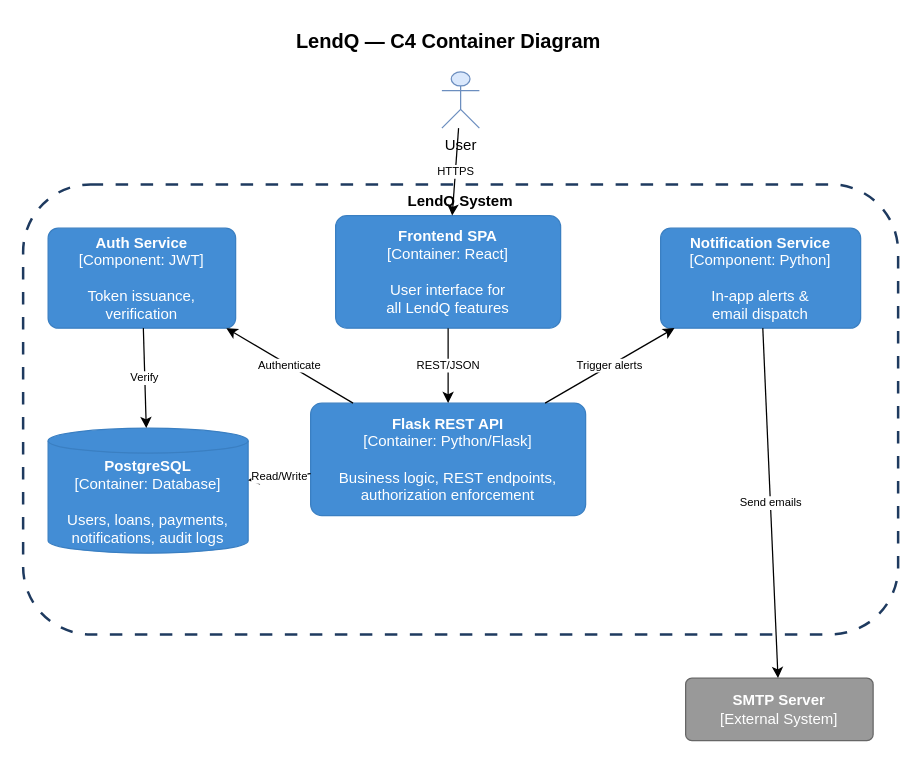
Before: docs/detailed-designs/diagrams/drawio/c4_container.drawio in QuinntyneBrown/LendQ, a draw.io diagram. Source tidied: cells renumbered, new cells numbered last; positions are measured from the earlier drawing's top-left corner, leaving out a move shared by most shapes. Both pictures are drawn from the tidied source at 125%, with x=0, y=0 at pixel (22, 21).
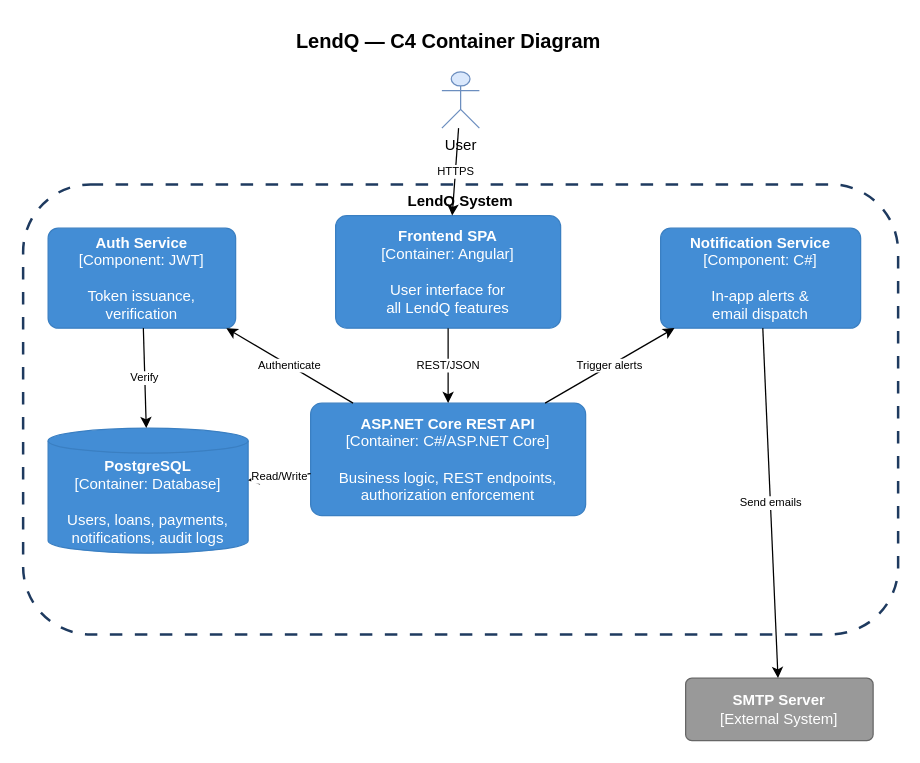
After the change.

What changed in the source:
```diff
@@
 <mxGraphModel>
   <root>
     <mxCell id="0" />
     <mxCell id="1" parent="0" />
     <mxCell id="2" value="LendQ — C4 Container Diagram" style="text;html=1;align=center;verticalAlign=middle;strokeColor=none;fillColor=none;fontSize=16;fontStyle=1;" parent="1" vertex="1">
       <mxGeometry x="180" width="320" height="30" as="geometry" />
     </mxCell>
     <mxCell id="3" value="User" style="shape=umlActor;verticalLabelPosition=bottom;verticalAlign=top;html=1;outlineConnect=0;fillColor=#dae8fc;strokeColor=#6c8ebf;" parent="1" vertex="1">
       <mxGeometry x="335" y="40" width="30" height="45" as="geometry" />
     </mxCell>
     <mxCell id="4" value="LendQ System" style="rounded=1;whiteSpace=wrap;html=1;fillColor=none;strokeColor=#1e3a5f;dashed=1;dashPattern=5 5;verticalAlign=top;fontStyle=1;fontSize=12;strokeWidth=2;" parent="1" vertex="1">
       <mxGeometry y="130" width="700" height="360" as="geometry" />
     </mxCell>
-    <mxCell id="5" value="&lt;b&gt;Frontend SPA&lt;/b&gt;&lt;br&gt;[Container: React]&lt;br&gt;&lt;br&gt;User interface for&lt;br&gt;all LendQ features" style="rounded=1;whiteSpace=wrap;html=1;fillColor=#438DD5;fontColor=#ffffff;strokeColor=#3a7fc2;arcSize=10;" parent="1" vertex="1">
+    <mxCell id="5" value="&lt;b&gt;Frontend SPA&lt;/b&gt;&lt;br&gt;[Container: Angular]&lt;br&gt;&lt;br&gt;User interface for&lt;br&gt;all LendQ features" style="rounded=1;whiteSpace=wrap;html=1;fillColor=#438DD5;fontColor=#ffffff;strokeColor=#3a7fc2;arcSize=10;" parent="1" vertex="1">
       <mxGeometry x="250" y="155" width="180" height="90" as="geometry" />
     </mxCell>
-    <mxCell id="6" value="&lt;b&gt;Flask REST API&lt;/b&gt;&lt;br&gt;[Container: Python/Flask]&lt;br&gt;&lt;br&gt;Business logic, REST endpoints,&lt;br&gt;authorization enforcement" style="rounded=1;whiteSpace=wrap;html=1;fillColor=#438DD5;fontColor=#ffffff;strokeColor=#3a7fc2;arcSize=10;" parent="1" vertex="1">
+    <mxCell id="6" value="&lt;b&gt;ASP.NET Core REST API&lt;/b&gt;&lt;br&gt;[Container: C#/ASP.NET Core]&lt;br&gt;&lt;br&gt;Business logic, REST endpoints,&lt;br&gt;authorization enforcement" style="rounded=1;whiteSpace=wrap;html=1;fillColor=#438DD5;fontColor=#ffffff;strokeColor=#3a7fc2;arcSize=10;" parent="1" vertex="1">
       <mxGeometry x="230" y="305" width="220" height="90" as="geometry" />
     </mxCell>
     <mxCell id="7" value="&lt;b&gt;Auth Service&lt;/b&gt;&lt;br&gt;[Component: JWT]&lt;br&gt;&lt;br&gt;Token issuance,&lt;br&gt;verification" style="rounded=1;whiteSpace=wrap;html=1;fillColor=#438DD5;fontColor=#ffffff;strokeColor=#3a7fc2;arcSize=10;" parent="1" vertex="1">
       <mxGeometry x="20" y="165" width="150" height="80" as="geometry" />
     </mxCell>
-    <mxCell id="8" value="&lt;b&gt;Notification Service&lt;/b&gt;&lt;br&gt;[Component: Python]&lt;br&gt;&lt;br&gt;In-app alerts &amp;&lt;br&gt;email dispatch" style="rounded=1;whiteSpace=wrap;html=1;fillColor=#438DD5;fontColor=#ffffff;strokeColor=#3a7fc2;arcSize=10;" parent="1" vertex="1">
+    <mxCell id="8" value="&lt;b&gt;Notification Service&lt;/b&gt;&lt;br&gt;[Component: C#]&lt;br&gt;&lt;br&gt;In-app alerts &amp;&lt;br&gt;email dispatch" style="rounded=1;whiteSpace=wrap;html=1;fillColor=#438DD5;fontColor=#ffffff;strokeColor=#3a7fc2;arcSize=10;" parent="1" vertex="1">
       <mxGeometry x="510" y="165" width="160" height="80" as="geometry" />
     </mxCell>
     <mxCell id="9" value="&lt;b&gt;PostgreSQL&lt;/b&gt;&lt;br&gt;[Container: Database]&lt;br&gt;&lt;br&gt;Users, loans, payments,&lt;br&gt;notifications, audit logs" style="shape=cylinder3;whiteSpace=wrap;html=1;boundedLbl=1;backgroundOutline=1;size=10;fillColor=#438DD5;fontColor=#ffffff;strokeColor=#3a7fc2;" parent="1" vertex="1">
       <mxGeometry x="20" y="325" width="160" height="100" as="geometry" />
     </mxCell>
     <mxCell id="10" value="&lt;b&gt;SMTP Server&lt;/b&gt;&lt;br&gt;[External System]" style="rounded=1;whiteSpace=wrap;html=1;fillColor=#999999;fontColor=#ffffff;strokeColor=#666666;arcSize=10;" parent="1" vertex="1">
       <mxGeometry x="530" y="525" width="150" height="50" as="geometry" />
     </mxCell>
     <mxCell id="11" value="HTTPS" style="endArrow=classic;html=1;strokeWidth=1;fontSize=9;" parent="1" edge="1" source="3" target="5">
       <mxGeometry relative="1" as="geometry" />
     </mxCell>
     <mxCell id="12" value="REST/JSON" style="endArrow=classic;html=1;strokeWidth=1;fontSize=9;" parent="1" edge="1" source="5" target="6">
       <mxGeometry relative="1" as="geometry" />
     </mxCell>
     <mxCell id="13" value="Authenticate" style="endArrow=classic;html=1;strokeWidth=1;fontSize=9;" parent="1" edge="1" source="6" target="7">
       <mxGeometry relative="1" as="geometry" />
     </mxCell>
     <mxCell id="14" value="Read/Write" style="endArrow=classic;html=1;strokeWidth=1;fontSize=9;" parent="1" edge="1" source="6" target="9">
       <mxGeometry relative="1" as="geometry" />
     </mxCell>
     <mxCell id="15" value="Trigger alerts" style="endArrow=classic;html=1;strokeWidth=1;fontSize=9;" parent="1" edge="1" source="6" target="8">
       <mxGeometry relative="1" as="geometry" />
     </mxCell>
     <mxCell id="16" value="Send emails" style="endArrow=classic;html=1;strokeWidth=1;fontSize=9;" parent="1" edge="1" source="8" target="10">
       <mxGeometry relative="1" as="geometry" />
     </mxCell>
     <mxCell id="17" value="Verify" style="endArrow=classic;html=1;strokeWidth=1;fontSize=9;" parent="1" edge="1" source="7" target="9">
       <mxGeometry relative="1" as="geometry" />
     </mxCell>
   </root>
 </mxGraphModel>
```
